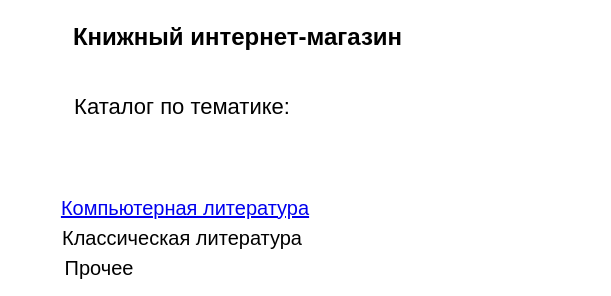
The draw.io diagram page "it_books" (1 of 4) of Учебный книжный интернет магазин.drawio in paparomaru/Diagrams, before the edit. Source tidied: cells renumbered, new cells numbered last; positions are measured from the earlier drawing's top-left corner, leaving out a move shared by most shapes. Both pictures are drawn from the tidied source at 100%, with x=0, y=0 at pixel (30, 17).
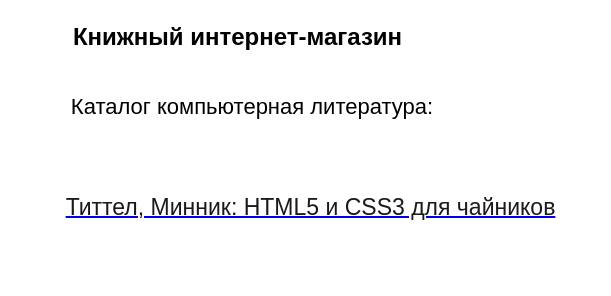
Above is the later version.

What changed in the source:
```diff
@@
 <mxGraphModel background="#ffffff">
   <root>
     <mxCell id="0" />
     <mxCell id="1" parent="0" />
     <mxCell id="2" value="Книжный интернет-магазин" style="text;strokeColor=none;fillColor=none;html=1;fontSize=24;fontStyle=1;verticalAlign=middle;align=center;" parent="1" vertex="1">
       <mxGeometry x="157" width="100" height="40" as="geometry" />
     </mxCell>
-    <mxCell id="3" value="Каталог по тематике:" style="text;html=1;strokeColor=none;fillColor=none;align=center;verticalAlign=middle;whiteSpace=wrap;rounded=0;fontSize=22;" parent="1" vertex="1">
-      <mxGeometry x="7" y="80" width="290" height="20" as="geometry" />
+    <mxCell id="3" value="Каталог компьютерная литература:" style="text;html=1;strokeColor=none;fillColor=none;align=center;verticalAlign=middle;whiteSpace=wrap;rounded=0;fontSize=22;" parent="1" vertex="1">
+      <mxGeometry x="-13" y="60" width="470" height="60" as="geometry" />
     </mxCell>
-    <mxCell id="4" value="Компьютерная литература" style="text;html=1;strokeColor=none;fillColor=none;whiteSpace=wrap;align=center;verticalAlign=middle;fontColor=#0000EE;fontStyle=4;fontSize=20;" parent="1" vertex="1">
-      <mxGeometry y="170" width="310" height="40" as="geometry" />
+    <mxCell id="4" value="&lt;span style=&quot;color: rgb(26 , 26 , 26) ; font-family: &amp;#34;arial&amp;#34; , &amp;#34;helvetica&amp;#34; , sans-serif ; font-size: 23px ; background-color: rgb(255 , 255 , 255)&quot;&gt;Титтел, Минник: HTML5 и CSS3 для чайников&lt;/span&gt;" style="text;html=1;strokeColor=none;fillColor=none;whiteSpace=wrap;align=center;verticalAlign=middle;fontColor=#0000EE;fontStyle=4;fontSize=20;" parent="1" vertex="1">
+      <mxGeometry x="-3" y="170" width="567" height="40" as="geometry" />
     </mxCell>
-    <mxCell id="5" value="Классическая литература" style="text;html=1;strokeColor=none;fillColor=none;align=center;verticalAlign=middle;whiteSpace=wrap;rounded=0;fontSize=20;" parent="1" vertex="1">
-      <mxGeometry x="7" y="210" width="290" height="20" as="geometry" />
-    </mxCell>
-    <mxCell id="6" value="Прочее" style="text;html=1;strokeColor=none;fillColor=none;align=center;verticalAlign=middle;whiteSpace=wrap;rounded=0;fontSize=20;" parent="1" vertex="1">
-      <mxGeometry x="49" y="240" width="40" height="20" as="geometry" />
-    </mxCell>
   </root>
 </mxGraphModel>
```
